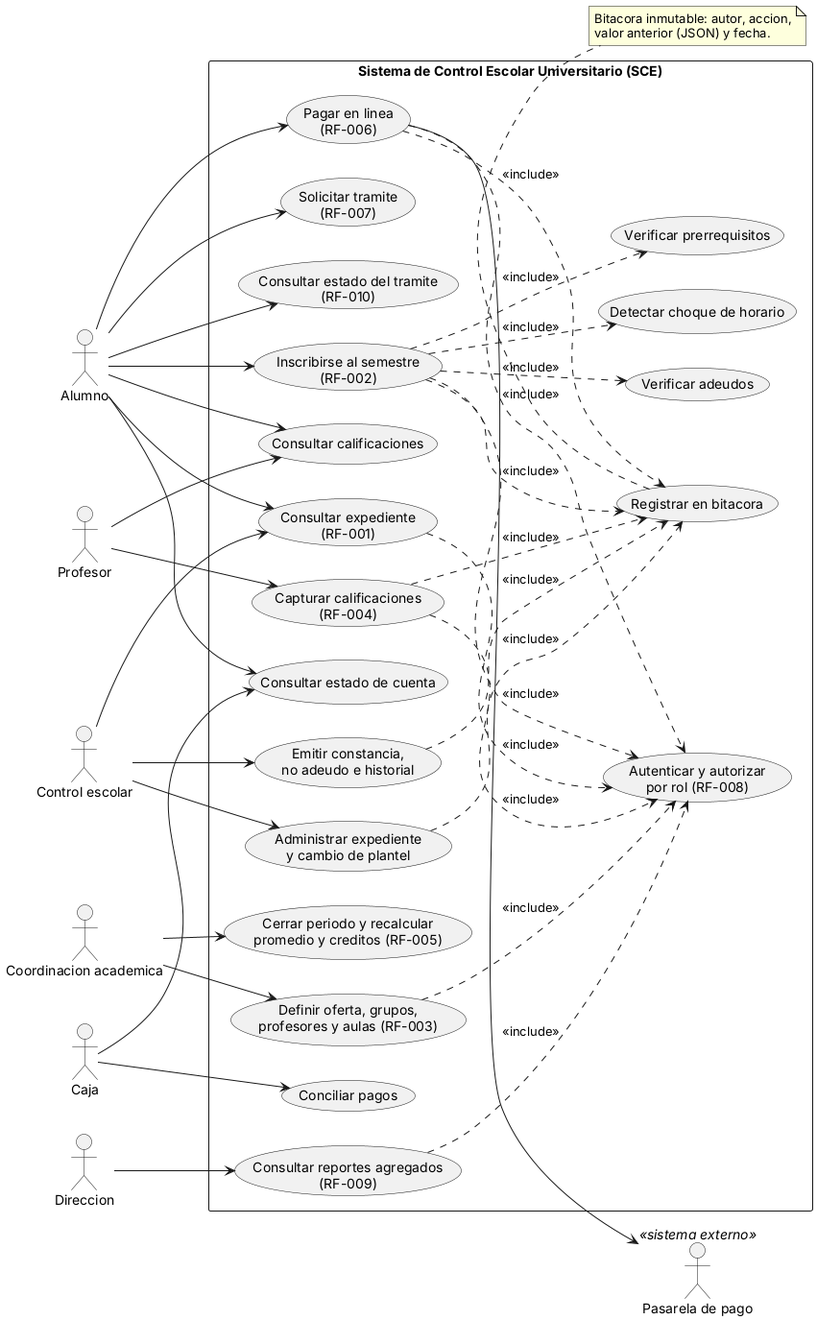
Above: docs/arquitectura/render/fig01-casos-de-uso.png in fjmp-dev/sce-control-escolar (PlantUML), before the change.
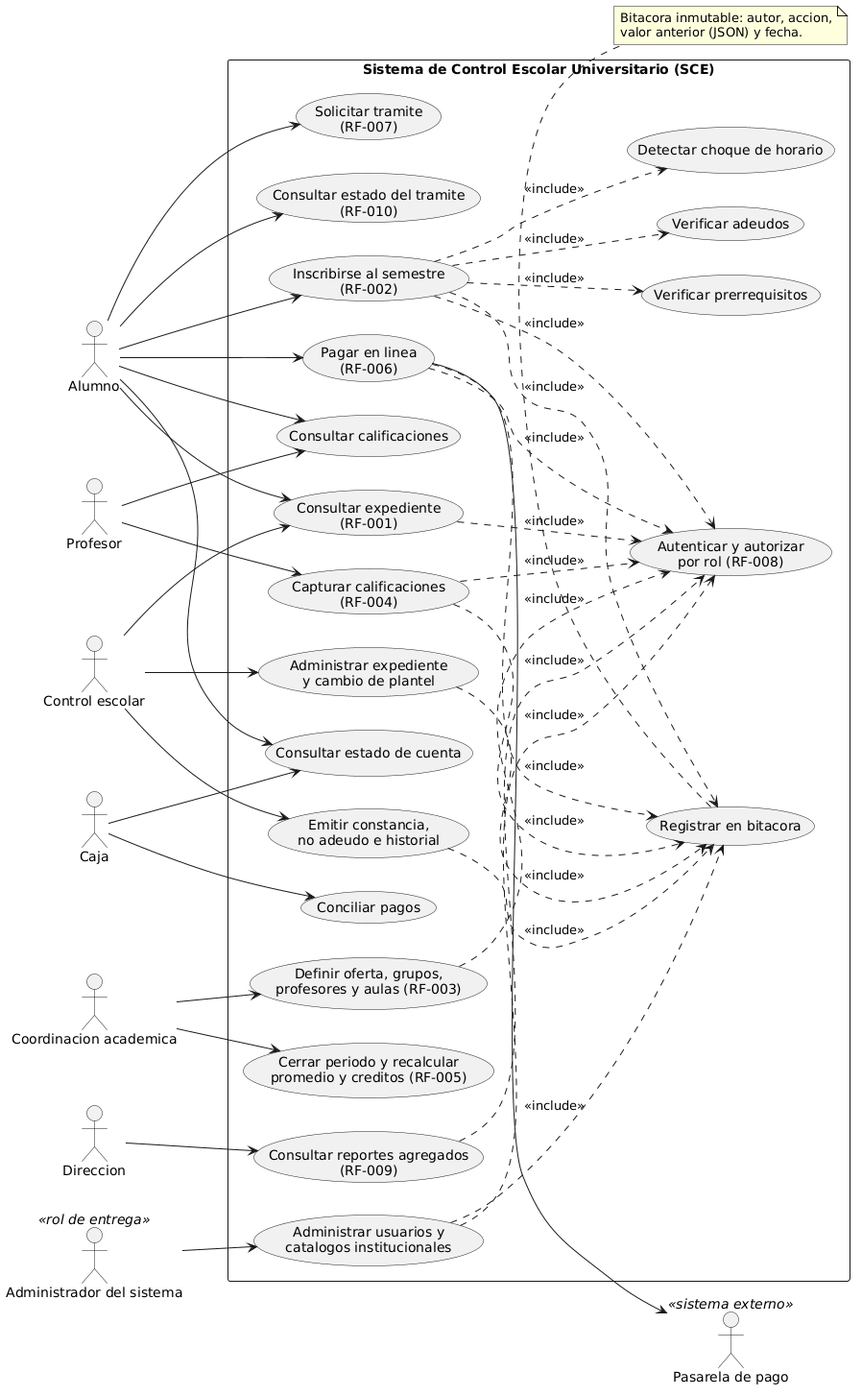
Later version of the same file.

Change to the diagram source:
```diff
@@ -9,6 +9,7 @@
 actor "Coordinacion academica" as CA
 actor "Caja" as CJ
 actor "Direccion" as DI
+actor "Administrador del sistema" as AD <<rol de entrega>>
 actor "Pasarela de pago" as PP <<sistema externo>>
 
 rectangle "Sistema de Control Escolar Universitario (SCE)" {
@@ -30,6 +31,7 @@
   usecase "Consultar estado del tramite\n(RF-010)" as UC12
   usecase "Consultar reportes agregados\n(RF-009)" as UC13
   usecase "Administrar expediente\ny cambio de plantel" as UC14
+  usecase "Administrar usuarios y\ncatalogos institucionales" as UC15
   usecase "Registrar en bitacora" as UCB
   usecase "Autenticar y autorizar\npor rol (RF-008)" as UCA
 }
@@ -57,6 +59,8 @@
 
 DI --> UC13
 
+AD --> UC15
+
 UC08 --> PP
 
 UC02 ..> UC02a : <<include>>
@@ -68,6 +72,7 @@
 UC08 ..> UCB : <<include>>
 UC11 ..> UCB : <<include>>
 UC14 ..> UCB : <<include>>
+UC15 ..> UCB : <<include>>
 
 UC01 ..> UCA : <<include>>
 UC02 ..> UCA : <<include>>
@@ -75,6 +80,7 @@
 UC04 ..> UCA : <<include>>
 UC08 ..> UCA : <<include>>
 UC13 ..> UCA : <<include>>
+UC15 ..> UCA : <<include>>
 
 note bottom of UCB
   Bitacora inmutable: autor, accion,
```
